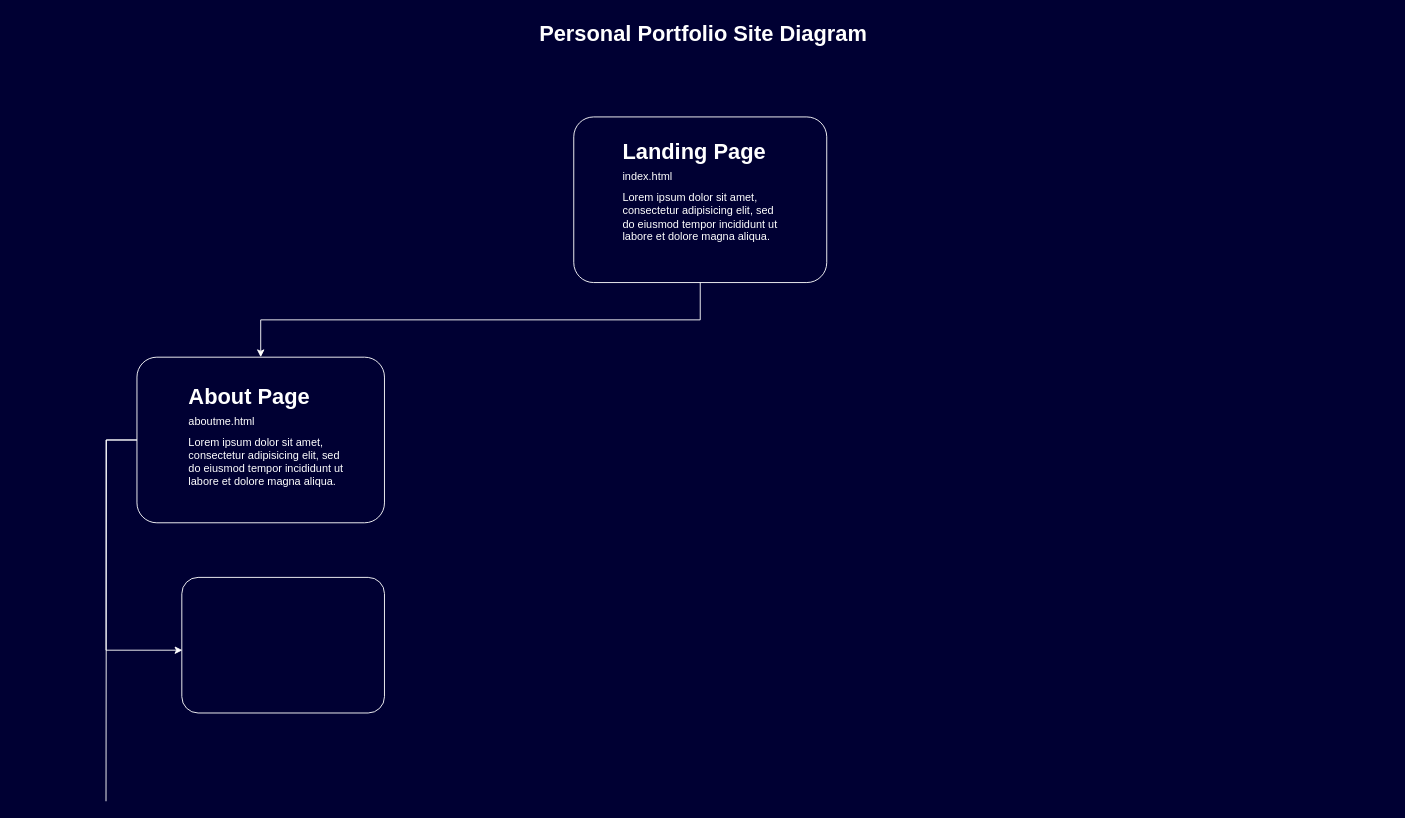
This is SiteDiagram.drawio from will-loves-coding82/PersonalPortfolio, a draw.io file, before an edit. Source tidied: cells renumbered, new cells numbered last; positions are measured from the earlier drawing's top-left corner, leaving out a move shared by most shapes. Both pictures are drawn from the tidied source at 91%, with x=0, y=0 at pixel (15, 15).
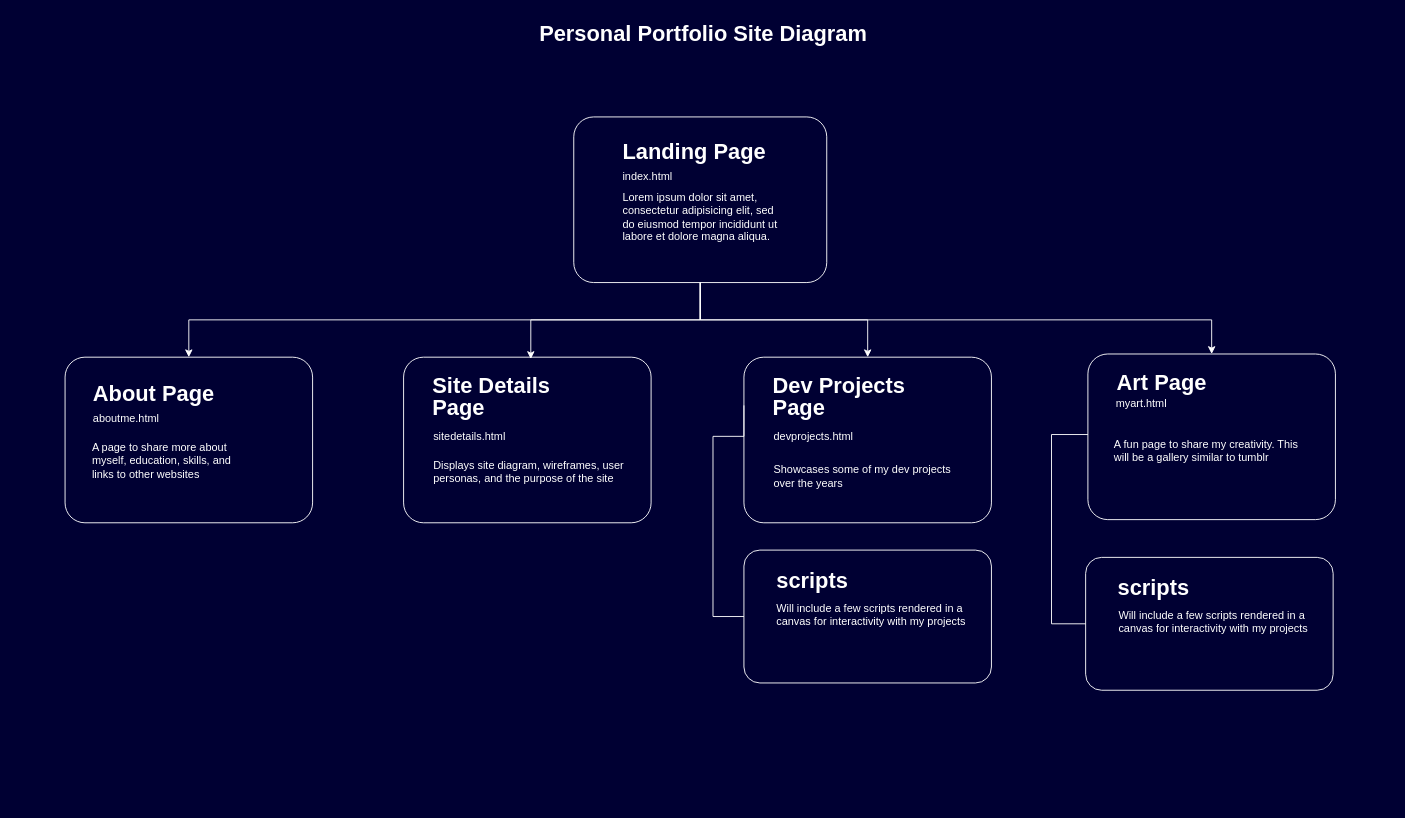
The same page after the edit.

The change refers to these unchanged cells:
```xml
<mxCell id="4" style="rounded=1;whiteSpace=wrap;html=1;fillColor=none;arcSize=12;strokeColor=#FFFFFF;" parent="1" vertex="1">
  <mxGeometry x="613" y="111" width="278" height="182" as="geometry" />
</mxCell>
```

Change to the diagram source:
```diff
@@
+    <mxCell id="11" style="edgeStyle=orthogonalEdgeStyle;rounded=0;jettySize=auto;html=1;entryX=0.5;entryY=0;entryDx=0;entryDy=0;exitX=0.5;exitY=1;exitDx=0;exitDy=0;fontColor=#FFFFFF;strokeColor=#FFFFFF;" parent="1" edge="1" source="4" target="19">
+      <mxGeometry relative="1" as="geometry">
+        <Array as="points">
+          <mxPoint x="752" y="334" />
+          <mxPoint x="1314" y="334" />
+        </Array>
+      </mxGeometry>
+    </mxCell>
+    <mxCell id="12" style="edgeStyle=orthogonalEdgeStyle;rounded=0;jettySize=auto;html=1;entryX=0.5;entryY=0;entryDx=0;entryDy=0;strokeColor=#FFFFFF;" parent="1" edge="1" source="4" target="23">
+      <mxGeometry relative="1" as="geometry" />
+    </mxCell>
@@
-    <mxCell id="6" style="edgeStyle=orthogonalEdgeStyle;rounded=0;jettySize=auto;html=1;strokeColor=#FFFFFF;endArrow=none;endFill=0;" parent="1" edge="1" source="7">
-      <mxGeometry relative="1" as="geometry">
-        <mxPoint x="99" y="863" as="targetPoint" />
-      </mxGeometry>
-    </mxCell>
     <mxCell id="7" style="rounded=1;whiteSpace=wrap;html=1;fillColor=none;arcSize=12;strokeColor=#FFFFFF;" parent="1" vertex="1">
-      <mxGeometry x="133" y="375" width="272" height="182" as="geometry" />
+      <mxGeometry x="54" y="375" width="272" height="182" as="geometry" />
     </mxCell>
-    <mxCell id="8" value="&lt;p style=&quot;line-height: 70%;&quot;&gt;&lt;/p&gt;&lt;h1 style=&quot;line-height: 60%;&quot;&gt;&lt;font color=&quot;#ffffff&quot;&gt;About Page&lt;/font&gt;&lt;/h1&gt;&lt;div style=&quot;line-height: 60%;&quot;&gt;&lt;font color=&quot;#ffffff&quot;&gt;aboutme.html&lt;/font&gt;&lt;/div&gt;&lt;p&gt;&lt;font color=&quot;#ffffff&quot;&gt;Lorem ipsum dolor sit amet, consectetur adipisicing elit, sed do eiusmod tempor incididunt ut labore et dolore magna aliqua.&lt;/font&gt;&lt;/p&gt;&lt;p&gt;&lt;/p&gt;" style="text;html=1;strokeColor=none;fillColor=none;spacing=5;spacingTop=-20;whiteSpace=wrap;overflow=hidden;rounded=0;" parent="1" vertex="1">
-      <mxGeometry x="185" y="406" width="190" height="120" as="geometry" />
+    <mxCell id="8" value="&lt;p style=&quot;line-height: 70%;&quot;&gt;&lt;/p&gt;&lt;h1 style=&quot;line-height: 60%;&quot;&gt;&lt;font color=&quot;#ffffff&quot;&gt;About Page&lt;/font&gt;&lt;/h1&gt;&lt;div style=&quot;line-height: 60%;&quot;&gt;&lt;font color=&quot;#ffffff&quot;&gt;aboutme.html&lt;/font&gt;&lt;/div&gt;&lt;p&gt;&lt;br&gt;&lt;/p&gt;&lt;p&gt;&lt;/p&gt;" style="text;html=1;strokeColor=none;fillColor=none;spacing=5;spacingTop=-20;whiteSpace=wrap;overflow=hidden;rounded=0;" parent="1" vertex="1">
+      <mxGeometry x="80" y="402.5" width="190" height="55.5" as="geometry" />
     </mxCell>
-    <mxCell id="9" style="rounded=1;whiteSpace=wrap;html=1;fillColor=none;arcSize=12;strokeColor=#FFFFFF;" parent="1" vertex="1">
-      <mxGeometry x="182.3" y="617" width="222.7" height="149" as="geometry" />
-    </mxCell>
-    <mxCell id="10" style="edgeStyle=orthogonalEdgeStyle;rounded=0;jettySize=auto;html=1;exitX=0;exitY=0.5;exitDx=0;exitDy=0;entryX=0.003;entryY=0.537;entryDx=0;entryDy=0;entryPerimeter=0;strokeColor=#FFFFFF;" parent="1" edge="1" source="7" target="9">
+    <mxCell id="10" style="edgeStyle=orthogonalEdgeStyle;rounded=0;jettySize=auto;html=1;exitX=0;exitY=0.5;exitDx=0;exitDy=0;strokeColor=#FFFFFF;endArrow=none;endFill=0;" parent="1" edge="1" target="13">
       <mxGeometry relative="1" as="geometry">
+        <mxPoint x="800" y="428" as="sourcePoint" />
         <Array as="points">
-          <mxPoint x="99" y="466" />
-          <mxPoint x="99" y="697" />
+          <mxPoint x="800" y="462" />
+          <mxPoint x="766" y="462" />
+          <mxPoint x="766" y="660" />
         </Array>
       </mxGeometry>
     </mxCell>
+    <mxCell id="13" style="rounded=1;whiteSpace=wrap;html=1;fillColor=none;arcSize=12;strokeColor=#FFFFFF;" parent="1" vertex="1">
+      <mxGeometry x="800" y="587" width="272" height="146" as="geometry" />
+    </mxCell>
+    <mxCell id="14" style="rounded=1;whiteSpace=wrap;html=1;fillColor=none;arcSize=12;strokeColor=#FFFFFF;" parent="1" vertex="1">
+      <mxGeometry x="426" y="375" width="272" height="182" as="geometry" />
+    </mxCell>
+    <mxCell id="15" value="&lt;p style=&quot;line-height: 70%;&quot;&gt;&lt;/p&gt;&lt;h1 style=&quot;line-height: 100%;&quot;&gt;&lt;font color=&quot;#ffffff&quot;&gt;Site Details Page&lt;/font&gt;&lt;/h1&gt;&lt;p&gt;&lt;/p&gt;" style="text;html=1;strokeColor=none;fillColor=none;spacing=5;spacingTop=-20;whiteSpace=wrap;overflow=hidden;rounded=0;" parent="1" vertex="1">
+      <mxGeometry x="452.5" y="389" width="195" height="63" as="geometry" />
+    </mxCell>
+    <mxCell id="16" style="edgeStyle=orthogonalEdgeStyle;rounded=0;jettySize=auto;html=1;exitX=0.5;exitY=1;exitDx=0;exitDy=0;entryX=0.514;entryY=0.011;entryDx=0;entryDy=0;entryPerimeter=0;strokeColor=#FFFFFF;" parent="1" edge="1" source="4" target="14">
+      <mxGeometry relative="1" as="geometry" />
+    </mxCell>
+    <mxCell id="17" value="&lt;font color=&quot;#ffffff&quot;&gt;Displays site diagram, wireframes, user personas, and the purpose of the site&lt;/font&gt;" style="text;html=1;strokeColor=none;fillColor=none;align=left;verticalAlign=middle;whiteSpace=wrap;rounded=0;" parent="1" vertex="1">
+      <mxGeometry x="456.5" y="484" width="214" height="33" as="geometry" />
+    </mxCell>
+    <mxCell id="18" value="&lt;font color=&quot;#ffffff&quot;&gt;sitedetails.html&lt;/font&gt;" style="text;html=1;strokeColor=none;fillColor=none;align=left;verticalAlign=middle;whiteSpace=wrap;rounded=0;" parent="1" vertex="1">
+      <mxGeometry x="456.5" y="452" width="93" height="21" as="geometry" />
+    </mxCell>
+    <mxCell id="19" style="rounded=1;whiteSpace=wrap;html=1;fillColor=none;arcSize=12;strokeColor=#FFFFFF;" parent="1" vertex="1">
+      <mxGeometry x="1178" y="371.5" width="272" height="182" as="geometry" />
+    </mxCell>
+    <mxCell id="20" value="&lt;p style=&quot;line-height: 70%;&quot;&gt;&lt;/p&gt;&lt;h1 style=&quot;line-height: 100%;&quot;&gt;&lt;font color=&quot;#ffffff&quot;&gt;Art Page&lt;/font&gt;&lt;/h1&gt;&lt;p&gt;&lt;/p&gt;" style="text;html=1;strokeColor=none;fillColor=none;spacing=5;spacingTop=-20;whiteSpace=wrap;overflow=hidden;rounded=0;" parent="1" vertex="1">
+      <mxGeometry x="1204.5" y="385.5" width="195" height="38.5" as="geometry" />
+    </mxCell>
+    <mxCell id="21" value="&lt;font color=&quot;#ffffff&quot;&gt;A fun page to share my creativity. This will be a gallery similar to tumblr&lt;/font&gt;" style="text;html=1;strokeColor=none;fillColor=none;align=left;verticalAlign=middle;whiteSpace=wrap;rounded=0;" parent="1" vertex="1">
+      <mxGeometry x="1204.5" y="452" width="214" height="52" as="geometry" />
+    </mxCell>
+    <mxCell id="22" value="&lt;font color=&quot;#ffffff&quot;&gt;myart.html&lt;/font&gt;" style="text;html=1;strokeColor=none;fillColor=none;align=left;verticalAlign=middle;whiteSpace=wrap;rounded=0;" parent="1" vertex="1">
+      <mxGeometry x="1207" y="415" width="93" height="21" as="geometry" />
+    </mxCell>
+    <mxCell id="23" style="rounded=1;whiteSpace=wrap;html=1;fillColor=none;arcSize=12;strokeColor=#FFFFFF;" parent="1" vertex="1">
+      <mxGeometry x="800" y="375" width="272" height="182" as="geometry" />
+    </mxCell>
+    <mxCell id="24" value="&lt;p style=&quot;line-height: 70%;&quot;&gt;&lt;/p&gt;&lt;h1 style=&quot;line-height: 100%;&quot;&gt;&lt;span style=&quot;color: rgb(255, 255, 255); background-color: initial;&quot;&gt;Dev Projects Page&lt;/span&gt;&lt;/h1&gt;&lt;h1 style=&quot;line-height: 60%;&quot;&gt;&lt;br&gt;&lt;/h1&gt;&lt;p&gt;&lt;/p&gt;" style="text;html=1;strokeColor=none;fillColor=none;spacing=5;spacingTop=-20;whiteSpace=wrap;overflow=hidden;rounded=0;" parent="1" vertex="1">
+      <mxGeometry x="826.5" y="389" width="195" height="63" as="geometry" />
+    </mxCell>
+    <mxCell id="25" value="&lt;font color=&quot;#ffffff&quot;&gt;Showcases some of my dev projects over the years&lt;/font&gt;" style="text;html=1;strokeColor=none;fillColor=none;align=left;verticalAlign=middle;whiteSpace=wrap;rounded=0;" parent="1" vertex="1">
+      <mxGeometry x="830.5" y="480" width="214" height="52" as="geometry" />
+    </mxCell>
+    <mxCell id="26" value="&lt;font color=&quot;#ffffff&quot;&gt;devprojects.html&lt;/font&gt;" style="text;html=1;strokeColor=none;fillColor=none;align=left;verticalAlign=middle;whiteSpace=wrap;rounded=0;" parent="1" vertex="1">
+      <mxGeometry x="830.5" y="452" width="93" height="21" as="geometry" />
+    </mxCell>
+    <mxCell id="27" value="&lt;p style=&quot;line-height: 70%;&quot;&gt;&lt;/p&gt;&lt;h1 style=&quot;line-height: 100%;&quot;&gt;&lt;font color=&quot;#ffffff&quot;&gt;scripts&lt;/font&gt;&lt;/h1&gt;&lt;p&gt;&lt;/p&gt;" style="text;html=1;strokeColor=none;fillColor=none;spacing=5;spacingTop=-20;whiteSpace=wrap;overflow=hidden;rounded=0;" parent="1" vertex="1">
+      <mxGeometry x="830.5" y="603" width="195" height="33" as="geometry" />
+    </mxCell>
+    <mxCell id="28" value="&lt;font color=&quot;#ffffff&quot;&gt;Will include a few scripts rendered in a canvas for interactivity with my projects&lt;/font&gt;" style="text;html=1;strokeColor=none;fillColor=none;align=left;verticalAlign=middle;whiteSpace=wrap;rounded=0;" parent="1" vertex="1">
+      <mxGeometry x="834" y="632" width="214" height="52" as="geometry" />
+    </mxCell>
+    <mxCell id="29" style="edgeStyle=orthogonalEdgeStyle;rounded=0;jettySize=auto;html=1;strokeColor=#FFFFFF;endArrow=none;endFill=0;entryX=0;entryY=0.5;entryDx=0;entryDy=0;" parent="1" edge="1" target="30">
+      <mxGeometry relative="1" as="geometry">
+        <mxPoint x="1178" y="460" as="sourcePoint" />
+        <Array as="points">
+          <mxPoint x="1138" y="460" />
+          <mxPoint x="1138" y="668" />
+        </Array>
+      </mxGeometry>
+    </mxCell>
+    <mxCell id="30" style="rounded=1;whiteSpace=wrap;html=1;fillColor=none;arcSize=12;strokeColor=#FFFFFF;" parent="1" vertex="1">
+      <mxGeometry x="1175.5" y="595" width="272" height="146" as="geometry" />
+    </mxCell>
+    <mxCell id="31" value="&lt;p style=&quot;line-height: 70%;&quot;&gt;&lt;/p&gt;&lt;h1 style=&quot;line-height: 100%;&quot;&gt;&lt;font color=&quot;#ffffff&quot;&gt;scripts&lt;/font&gt;&lt;/h1&gt;&lt;p&gt;&lt;/p&gt;" style="text;html=1;strokeColor=none;fillColor=none;spacing=5;spacingTop=-20;whiteSpace=wrap;overflow=hidden;rounded=0;" parent="1" vertex="1">
+      <mxGeometry x="1206" y="611" width="195" height="33" as="geometry" />
+    </mxCell>
+    <mxCell id="32" value="&lt;font color=&quot;#ffffff&quot;&gt;Will include a few scripts rendered in a canvas for interactivity with my projects&lt;/font&gt;" style="text;html=1;strokeColor=none;fillColor=none;align=left;verticalAlign=middle;whiteSpace=wrap;rounded=0;" parent="1" vertex="1">
+      <mxGeometry x="1209.5" y="640" width="214" height="52" as="geometry" />
+    </mxCell>
+    <mxCell id="33" value="&lt;font color=&quot;#ffffff&quot;&gt;A page to share more about myself, education, skills, and links to other websites&lt;/font&gt;" style="text;html=1;strokeColor=none;fillColor=none;align=left;verticalAlign=middle;whiteSpace=wrap;rounded=0;" parent="1" vertex="1">
+      <mxGeometry x="82" y="474" width="166" height="30" as="geometry" />
+    </mxCell>
```
